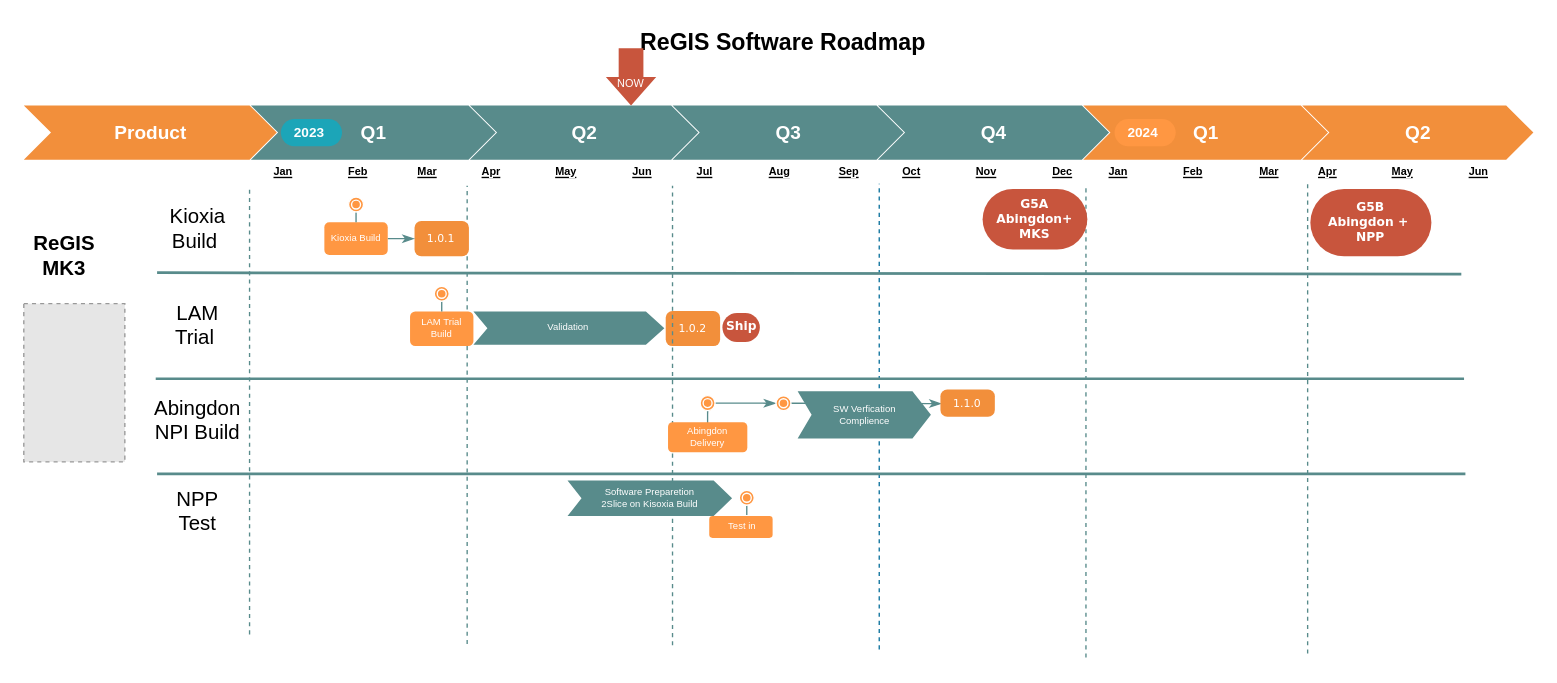
EdwardsKorea/CommonDrawIO keeps this draw.io diagram as page "ReGIS" (4 of 8) of 0.Project Roadmap.drawio. Above is the earlier version. Source tidied: cells renumbered, new cells numbered last; positions are measured from the earlier drawing's top-left corner, leaving out a move shared by most shapes. Both pictures are drawn from the tidied source at 136%, with x=0, y=0 at pixel (23, 23). Pictures stored in the file or linked from it are replaced by grey dashed boxes.
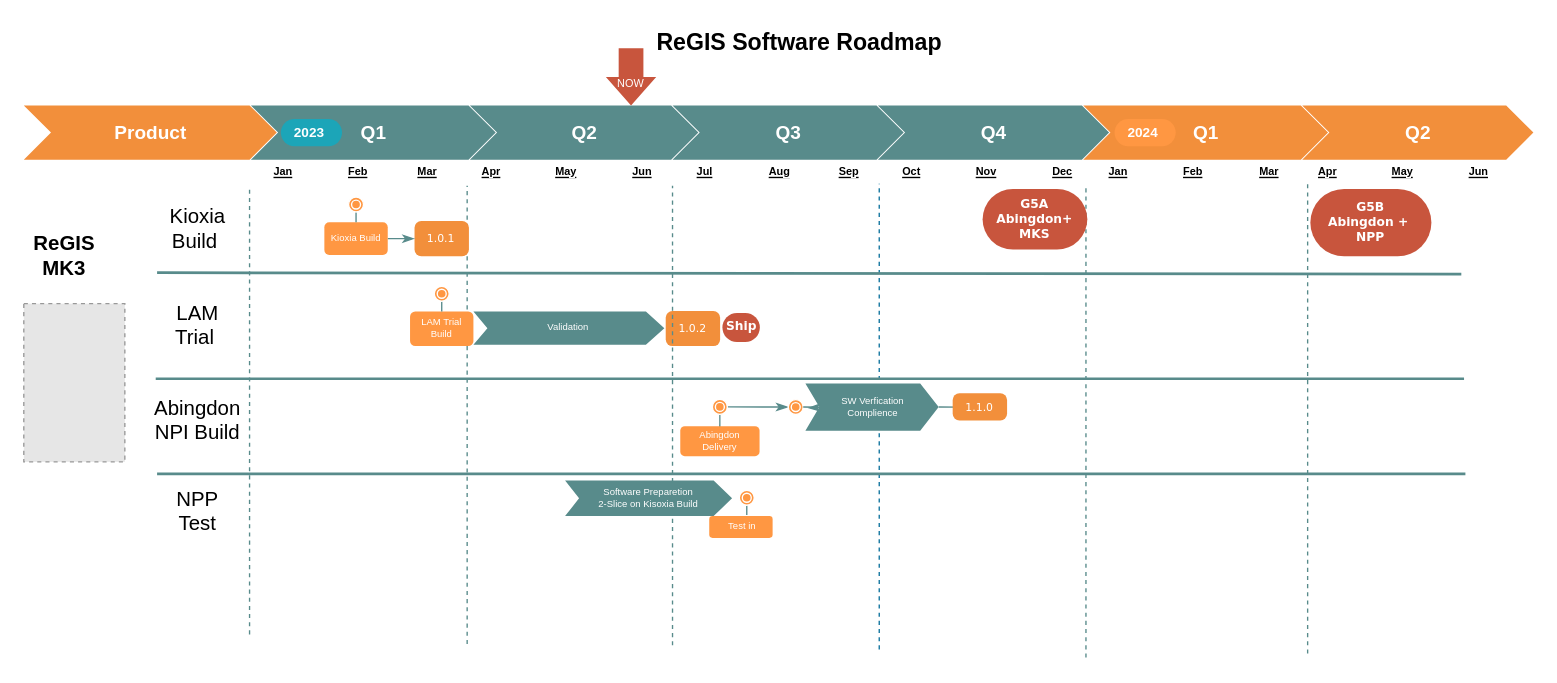
After the change.

Change to the diagram source:
```diff
@@
     <mxCell id="9" value="ReGIS Software Roadmap" style="text;html=1;strokeColor=none;fillColor=none;align=center;verticalAlign=middle;whiteSpace=wrap;rounded=0;fontSize=17;fontStyle=1;" parent="1" vertex="1">
-      <mxGeometry x="394" width="329" height="30" as="geometry" />
+      <mxGeometry x="406" width="329" height="30" as="geometry" />
     </mxCell>
@@
     <mxCell id="39" style="edgeStyle=orthogonalEdgeStyle;curved=1;jettySize=auto;html=1;entryX=0.499;entryY=0.056;entryDx=0;entryDy=0;entryPerimeter=0;strokeColor=#588b8b;strokeWidth=1;fontFamily=Helvetica;fontSize=8;fontColor=#FFFFFF;endArrow=none;endFill=0;" parent="1" edge="1" source="41" target="42">
       <mxGeometry relative="1" as="geometry">
         <Array as="points">
-          <mxPoint x="502.8" y="285.4" />
-          <mxPoint x="502.8" y="285.4" />
+          <mxPoint x="511.8" y="288.2" />
+          <mxPoint x="511.8" y="288.2" />
         </Array>
       </mxGeometry>
     </mxCell>
@@
     <mxCell id="41" style="ellipse;shape=doubleEllipse;whiteSpace=wrap;html=1;labelBackgroundColor=none;strokeColor=#FFFFFF;fontFamily=Helvetica;fontSize=10;fontColor=#FFFFFF;fillColor=#FF9742;" parent="1" vertex="1">
-      <mxGeometry x="497.3" y="273.4" width="11" height="11" as="geometry" />
+      <mxGeometry x="506.3" y="276.2" width="11" height="11" as="geometry" />
     </mxCell>
     <mxCell id="42" value="Abingdon Delivery" style="rounded=1;whiteSpace=wrap;html=1;labelBackgroundColor=none;strokeColor=none;fontFamily=Helvetica;fontSize=7;fontColor=#FFFFFF;fillColor=#FF9742;" parent="1" vertex="1">
-      <mxGeometry x="473.7" y="293" width="58.3" height="22" as="geometry" />
+      <mxGeometry x="482.7" y="295.9" width="58.3" height="22" as="geometry" />
     </mxCell>
@@
-    <mxCell id="48" style="edgeStyle=orthogonalEdgeStyle;curved=1;jettySize=auto;html=1;entryX=0.021;entryY=0.52;entryDx=0;entryDy=0;entryPerimeter=0;strokeColor=#588b8b;strokeWidth=1;fontFamily=Helvetica;fontSize=8;fontColor=#000000;endArrow=classicThin;endFill=1;" parent="1" edge="1" source="49" target="51">
+    <mxCell id="48" style="edgeStyle=orthogonalEdgeStyle;curved=1;jettySize=auto;html=1;entryX=0.021;entryY=0.52;entryDx=0;entryDy=0;entryPerimeter=0;strokeColor=#588b8b;strokeWidth=1;fontFamily=Helvetica;fontSize=8;fontColor=#000000;endArrow=classicThin;endFill=1;" parent="1" edge="1" source="50" target="51">
       <mxGeometry relative="1" as="geometry" />
     </mxCell>
     <mxCell id="49" style="ellipse;shape=doubleEllipse;whiteSpace=wrap;html=1;labelBackgroundColor=none;strokeColor=#FFFFFF;fontFamily=Helvetica;fontSize=10;fontColor=#FFFFFF;fillColor=#FF9742;" parent="1" vertex="1">
-      <mxGeometry x="553.1" y="273.5" width="11" height="11" as="geometry" />
+      <mxGeometry x="562.1" y="276.3" width="11" height="11" as="geometry" />
     </mxCell>
-    <mxCell id="50" value="SW Verfication&lt;br&gt;Complience" style="html=1;shape=mxgraph.infographic.ribbonSimple;notch1=10.29;notch2=13.57;fillColor=#588b8b;strokeColor=none;align=center;verticalAlign=middle;fontColor=#ffffff;fontSize=7;fontStyle=0;rounded=0;" parent="1" vertex="1">
-      <mxGeometry x="569" y="270.1" width="98" height="34.9" as="geometry" />
-    </mxCell>
     <mxCell id="51" value="1.1.0" style="html=1;shadow=0;dashed=0;shape=mxgraph.bootstrap.rrect;rSize=5;strokeColor=none;strokeWidth=1;fillColor=#F28f3b;fontColor=#FFFFFF;whiteSpace=wrap;align=center;verticalAlign=middle;spacingLeft=0;fontStyle=0;fontSize=8;spacing=5;fontFamily=Verdana;labelBackgroundColor=none;" parent="1" vertex="1">
-      <mxGeometry x="674" y="268.9" width="40" height="20" as="geometry" />
+      <mxGeometry x="683" y="271.7" width="40" height="20" as="geometry" />
     </mxCell>
@@
-    <mxCell id="69" value="Software Preparetion&lt;br&gt;2Slice on Kisoxia Build" style="html=1;shape=mxgraph.infographic.ribbonSimple;notch1=10.29;notch2=13.57;fillColor=#588b8b;strokeColor=none;align=center;verticalAlign=middle;fontColor=#ffffff;fontSize=7;fontStyle=0;rounded=0;" parent="1" vertex="1">
-      <mxGeometry x="399.8" y="335.8" width="121" height="26.2" as="geometry" />
+    <mxCell id="69" value="Software Preparetion&lt;br&gt;2-Slice on Kisoxia Build" style="html=1;shape=mxgraph.infographic.ribbonSimple;notch1=10.29;notch2=13.57;fillColor=#588b8b;strokeColor=none;align=center;verticalAlign=middle;fontColor=#ffffff;fontSize=7;fontStyle=0;rounded=0;" parent="1" vertex="1">
+      <mxGeometry x="398" y="335.8" width="122.8" height="26.2" as="geometry" />
     </mxCell>
@@
+    <mxCell id="71" style="edgeStyle=orthogonalEdgeStyle;curved=1;jettySize=auto;html=1;entryX=0.021;entryY=0.52;entryDx=0;entryDy=0;entryPerimeter=0;strokeColor=#588b8b;strokeWidth=1;fontFamily=Helvetica;fontSize=8;fontColor=#000000;endArrow=classicThin;endFill=1;" parent="1" edge="1" source="49" target="50">
+      <mxGeometry relative="1" as="geometry" />
+    </mxCell>
+    <mxCell id="50" value="SW Verfication&lt;br&gt;Complience" style="html=1;shape=mxgraph.infographic.ribbonSimple;notch1=10.29;notch2=13.57;fillColor=#588b8b;strokeColor=none;align=center;verticalAlign=middle;fontColor=#ffffff;fontSize=7;fontStyle=0;rounded=0;" parent="1" vertex="1">
+      <mxGeometry x="574.7" y="264.4" width="98" height="34.9" as="geometry" />
+    </mxCell>
```
